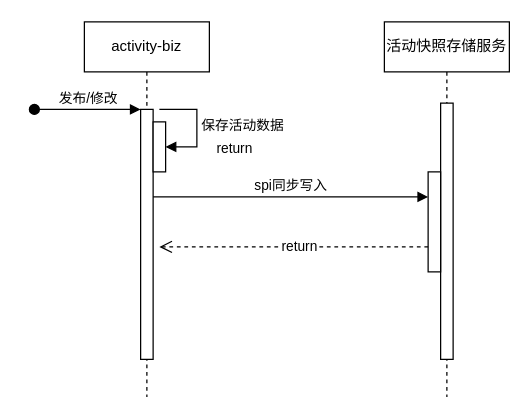
Above: 活动快照日志时序.drawio in Luffybaga/draw (draw.io), before the change. Source tidied: cells renumbered, new cells numbered last; positions are measured from the earlier drawing's top-left corner, leaving out a move shared by most shapes. Both pictures are drawn from the tidied source at 125%, with x=0, y=0 at pixel (34, 21).
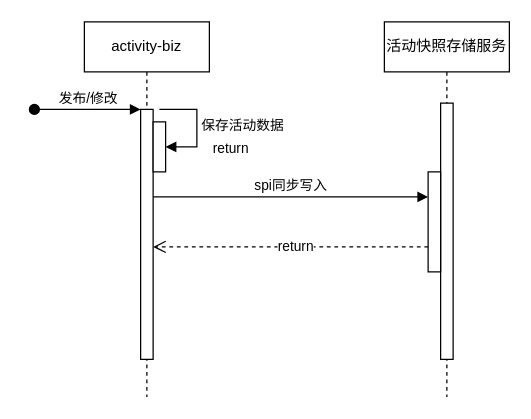
The same page after the edit.

Commit message (it also covers changes not shown here):
更新活动快照日志时序.drawio

What changed in the source:
```diff
@@
 <mxGraphModel>
   <root>
     <mxCell id="0" />
     <mxCell id="1" parent="0" />
     <mxCell id="2" value="activity-biz" style="shape=umlLifeline;perimeter=lifelinePerimeter;whiteSpace=wrap;html=1;newEdgeStyle={&quot;edgeStyle&quot;:&quot;elbowEdgeStyle&quot;,&quot;elbow&quot;:&quot;vertical&quot;,&quot;curved&quot;:0,&quot;rounded&quot;:0};" parent="1" vertex="1">
       <mxGeometry x="40" width="100" height="300" as="geometry" />
     </mxCell>
     <mxCell id="3" style="html=1;points=[];perimeter=orthogonalPerimeter;outlineConnect=0;targetShapes=umlLifeline;portConstraint=eastwest;newEdgeStyle={&quot;edgeStyle&quot;:&quot;elbowEdgeStyle&quot;,&quot;elbow&quot;:&quot;vertical&quot;,&quot;curved&quot;:0,&quot;rounded&quot;:0};" parent="2" vertex="1">
       <mxGeometry x="45" y="70" width="10" height="200" as="geometry" />
     </mxCell>
     <mxCell id="4" value="发布/修改" style="html=1;verticalAlign=bottom;startArrow=oval;endArrow=block;startSize=8;edgeStyle=elbowEdgeStyle;elbow=vertical;curved=0;rounded=0;" parent="2" edge="1" target="3">
       <mxGeometry relative="1" as="geometry">
         <mxPoint x="-40" y="70" as="sourcePoint" />
       </mxGeometry>
     </mxCell>
     <mxCell id="5" style="html=1;points=[];perimeter=orthogonalPerimeter;outlineConnect=0;targetShapes=umlLifeline;portConstraint=eastwest;newEdgeStyle={&quot;edgeStyle&quot;:&quot;elbowEdgeStyle&quot;,&quot;elbow&quot;:&quot;vertical&quot;,&quot;curved&quot;:0,&quot;rounded&quot;:0};" parent="2" vertex="1">
       <mxGeometry x="55" y="80" width="10" height="40" as="geometry" />
     </mxCell>
     <mxCell id="6" value="保存活动数据" style="html=1;align=left;spacingLeft=2;endArrow=block;rounded=0;edgeStyle=orthogonalEdgeStyle;curved=0;rounded=0;" parent="2" edge="1" target="5">
       <mxGeometry relative="1" as="geometry">
         <mxPoint x="60" y="70" as="sourcePoint" />
         <Array as="points">
           <mxPoint x="90" y="100" />
         </Array>
       </mxGeometry>
     </mxCell>
     <mxCell id="7" value="活动快照存储服务" style="shape=umlLifeline;perimeter=lifelinePerimeter;whiteSpace=wrap;html=1;newEdgeStyle={&quot;edgeStyle&quot;:&quot;elbowEdgeStyle&quot;,&quot;elbow&quot;:&quot;vertical&quot;,&quot;curved&quot;:0,&quot;rounded&quot;:0};" parent="1" vertex="1">
       <mxGeometry x="280" width="100" height="300" as="geometry" />
     </mxCell>
     <mxCell id="8" style="html=1;perimeter=orthogonalPerimeter;targetShapes=umlLifeline;newEdgeStyle={&quot;edgeStyle&quot;:&quot;elbowEdgeStyle&quot;,&quot;elbow&quot;:&quot;vertical&quot;,&quot;curved&quot;:0,&quot;rounded&quot;:0};" parent="7" vertex="1">
       <mxGeometry x="45" y="65" width="10" height="205" as="geometry" />
     </mxCell>
     <mxCell id="9" style="html=1;points=[];perimeter=orthogonalPerimeter;outlineConnect=0;targetShapes=umlLifeline;portConstraint=eastwest;newEdgeStyle={&quot;edgeStyle&quot;:&quot;elbowEdgeStyle&quot;,&quot;elbow&quot;:&quot;vertical&quot;,&quot;curved&quot;:0,&quot;rounded&quot;:0};" parent="7" vertex="1">
       <mxGeometry x="35" y="120" width="10" height="80" as="geometry" />
     </mxCell>
     <mxCell id="10" value="spi同步写入" style="html=1;verticalAlign=bottom;endArrow=block;edgeStyle=elbowEdgeStyle;elbow=vertical;curved=0;rounded=0;" parent="1" edge="1" source="3" target="9">
       <mxGeometry relative="1" as="geometry">
         <Array as="points">
           <mxPoint x="300" y="140" />
         </Array>
       </mxGeometry>
     </mxCell>
-    <mxCell id="11" value="return" style="html=1;verticalAlign=bottom;endArrow=open;dashed=1;endSize=8;edgeStyle=elbowEdgeStyle;elbow=vertical;curved=0;rounded=0;" parent="1" edge="1" source="9">
+    <mxCell id="11" value="return" style="html=1;verticalAlign=bottom;endArrow=open;dashed=1;endSize=8;edgeStyle=elbowEdgeStyle;elbow=vertical;curved=0;rounded=0;" parent="1" edge="1" source="9" target="3">
       <mxGeometry x="0.44" y="-70" relative="1" as="geometry">
-        <mxPoint x="100" y="180" as="targetPoint" />
         <Array as="points">
           <mxPoint x="260" y="180" />
           <mxPoint x="290" y="250" />
         </Array>
       </mxGeometry>
     </mxCell>
     <mxCell id="12" value="return" style="edgeLabel;html=1;align=center;verticalAlign=middle;" parent="11" vertex="1">
       <mxGeometry x="-0.03" y="-1" relative="1" as="geometry" />
     </mxCell>
   </root>
 </mxGraphModel>
```
